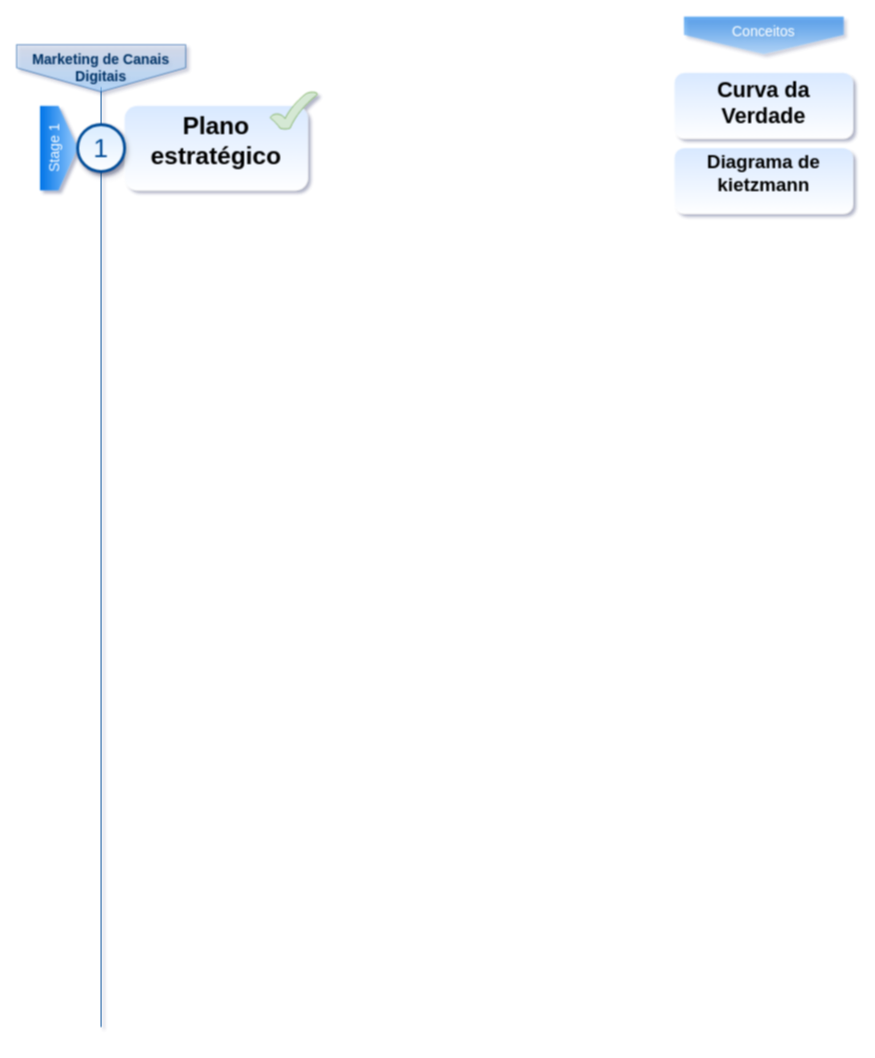
The draw.io diagram diagramas/CurvaDaVerdade.drawio in BrunoMRTZ/labcx, before the edit. Source tidied: cells renumbered, new cells numbered last; positions are measured from the earlier drawing's top-left corner, leaving out a move shared by most shapes. Both pictures are drawn from the tidied source at 94%, with x=0, y=0 at pixel (-369, 16).
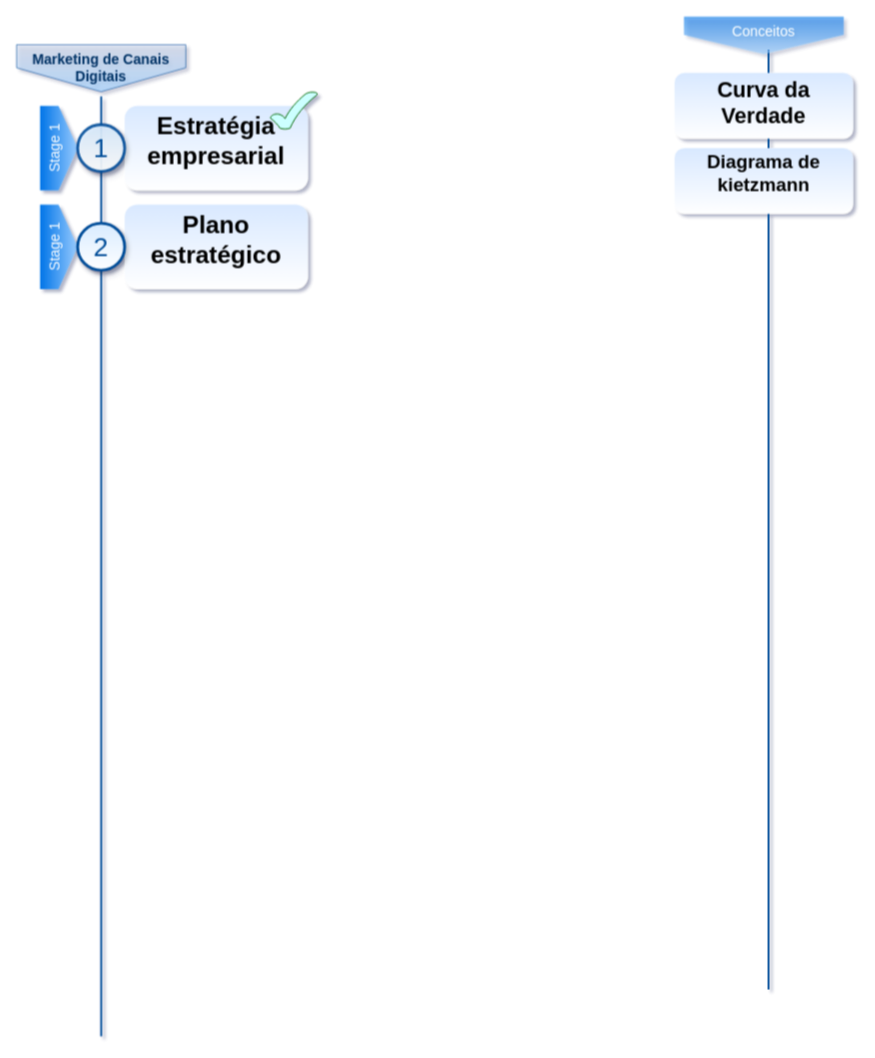
The same page after the edit.

Change to the diagram source:
```diff
@@
 <mxGraphModel background="#ffffff" shadow="1">
   <root>
     <mxCell id="0" />
     <mxCell id="1" parent="0" />
     <mxCell id="2" style="line;strokeWidth=2;html=1;fillColor=none;fontSize=28;fontColor=#004D99;strokeColor=#004D99;rotation=90;" parent="1" vertex="1">
-      <mxGeometry y="570" width="1000" height="10" as="geometry" />
+      <mxGeometry x="710" y="530" width="1000" height="10" as="geometry" />
     </mxCell>
     <mxCell id="3" value="Stage 1" style="shape=offPageConnector;whiteSpace=wrap;html=1;fillColor=#0075E8;fontSize=15;fontColor=#FFFFFF;size=0.5093750000000015;verticalAlign=top;strokeColor=none;rotation=-90;gradientColor=#99CCFF;" parent="1" vertex="1">
       <mxGeometry x="410" y="120" width="90" height="40" as="geometry" />
     </mxCell>
-    <mxCell id="4" value="&lt;h1&gt;Plano estratégico&lt;/h1&gt;&lt;p&gt;&lt;br&gt;&lt;/p&gt;" style="text;html=1;spacing=5;spacingTop=-20;whiteSpace=wrap;overflow=hidden;strokeColor=none;strokeWidth=3;fillColor=#D9E9FF;fontSize=13;fontColor=#000000;align=center;rounded=1;gradientColor=#FFFFFF;" parent="1" vertex="1">
+    <mxCell id="4" value="&lt;h1&gt;Estratégia empresarial&lt;/h1&gt;" style="text;html=1;spacing=5;spacingTop=-20;whiteSpace=wrap;overflow=hidden;strokeColor=none;strokeWidth=3;fillColor=#D9E9FF;fontSize=13;fontColor=#000000;align=center;rounded=1;gradientColor=#FFFFFF;" parent="1" vertex="1">
       <mxGeometry x="525" y="95" width="195" height="90" as="geometry" />
     </mxCell>
     <mxCell id="5" value="&lt;font color=&quot;#003366&quot;&gt;&lt;b&gt;Marketing de Canais Digitais&lt;/b&gt;&lt;/font&gt;" style="shape=offPageConnector;whiteSpace=wrap;html=1;fillColor=#CCD4E8;fontSize=15;fontColor=#FFFFFF;size=0.5093750000000015;verticalAlign=top;strokeColor=#004C99;rotation=0;gradientColor=#99CCFF;opacity=60;" parent="1" vertex="1">
       <mxGeometry x="410" y="30" width="180" height="50" as="geometry" />
     </mxCell>
     <mxCell id="6" value="&lt;h1 style=&quot;font-size: 23px;&quot;&gt;&lt;font style=&quot;font-size: 23px;&quot;&gt;Curva da Verdade&lt;/font&gt;&lt;/h1&gt;" style="text;html=1;spacing=5;spacingTop=-20;whiteSpace=wrap;overflow=hidden;strokeColor=none;strokeWidth=3;fillColor=#D9E9FF;fontSize=23;fontColor=#000000;align=center;rounded=1;gradientColor=#FFFFFF;" parent="1" vertex="1">
       <mxGeometry x="1110" y="60" width="190" height="70" as="geometry" />
     </mxCell>
     <mxCell id="7" value="Conceitos" style="shape=offPageConnector;whiteSpace=wrap;html=1;fillColor=#0075E8;fontSize=15;fontColor=#FFFFFF;size=0.5093750000000015;verticalAlign=top;strokeColor=none;rotation=0;gradientColor=#99CCFF;opacity=60;" parent="1" vertex="1">
       <mxGeometry x="1120" width="170" height="40" as="geometry" />
     </mxCell>
-    <mxCell id="8" value="1" style="ellipse;whiteSpace=wrap;html=1;fillColor=#D9ECFF;fontSize=28;fontColor=#004D99;strokeWidth=3;strokeColor=#004D99;gradientColor=#FFFFFF;shadow=1;" parent="1" vertex="1">
-      <mxGeometry x="475" y="115" width="50" height="50" as="geometry" />
-    </mxCell>
     <mxCell id="9" value="&lt;h1 style=&quot;font-size: 20px;&quot;&gt;Diagrama de kietzmann&lt;br style=&quot;font-size: 20px;&quot;&gt;&lt;/h1&gt;" style="text;html=1;spacing=5;spacingTop=-20;whiteSpace=wrap;overflow=hidden;strokeColor=none;strokeWidth=3;fillColor=#D9E9FF;fontSize=20;fontColor=#000000;align=center;rounded=1;gradientColor=#FFFFFF;" parent="1" vertex="1">
       <mxGeometry x="1110" y="140" width="190" height="70" as="geometry" />
     </mxCell>
-    <mxCell id="10" style="verticalLabelPosition=bottom;verticalAlign=top;html=1;shape=mxgraph.basic.tick;fillColor=#d5e8d4;strokeColor=#82b366;" parent="1" vertex="1">
+    <mxCell id="10" style="verticalLabelPosition=bottom;verticalAlign=top;html=1;shape=mxgraph.basic.tick;fillColor=#CCFFFF;strokeColor=#006600;gradientColor=none;" parent="1" vertex="1">
       <mxGeometry x="680" y="80" width="50" height="40" as="geometry" />
     </mxCell>
+    <mxCell id="11" value="Stage 1" style="shape=offPageConnector;whiteSpace=wrap;html=1;fillColor=#0075E8;fontSize=15;fontColor=#FFFFFF;size=0.5093750000000015;verticalAlign=top;strokeColor=none;rotation=-90;gradientColor=#99CCFF;" parent="1" vertex="1">
+      <mxGeometry x="410" y="225" width="90" height="40" as="geometry" />
+    </mxCell>
+    <mxCell id="12" value="&lt;h1&gt;Plano estratégico&lt;/h1&gt;&lt;p&gt;&lt;br&gt;&lt;/p&gt;" style="text;html=1;spacing=5;spacingTop=-20;whiteSpace=wrap;overflow=hidden;strokeColor=none;strokeWidth=3;fillColor=#D9E9FF;fontSize=13;fontColor=#000000;align=center;rounded=1;gradientColor=#FFFFFF;" parent="1" vertex="1">
+      <mxGeometry x="525" y="200" width="195" height="90" as="geometry" />
+    </mxCell>
+    <mxCell id="13" style="line;strokeWidth=2;html=1;fillColor=none;fontSize=28;fontColor=#004D99;strokeColor=#004D99;rotation=90;" parent="1" vertex="1">
+      <mxGeometry y="580" width="1000" height="10" as="geometry" />
+    </mxCell>
+    <mxCell id="14" value="2" style="ellipse;whiteSpace=wrap;html=1;fillColor=#D9ECFF;fontSize=28;fontColor=#004D99;strokeWidth=3;strokeColor=#004D99;gradientColor=#FFFFFF;shadow=1;" parent="1" vertex="1">
+      <mxGeometry x="475" y="220" width="50" height="50" as="geometry" />
+    </mxCell>
+    <mxCell id="8" value="1" style="ellipse;whiteSpace=wrap;html=1;fillColor=#D9ECFF;fontSize=28;fontColor=#004D99;strokeWidth=3;strokeColor=#004D99;gradientColor=#FFFFFF;shadow=1;opacity=90;" parent="1" vertex="1">
+      <mxGeometry x="475" y="115" width="50" height="50" as="geometry" />
+    </mxCell>
   </root>
 </mxGraphModel>
```
